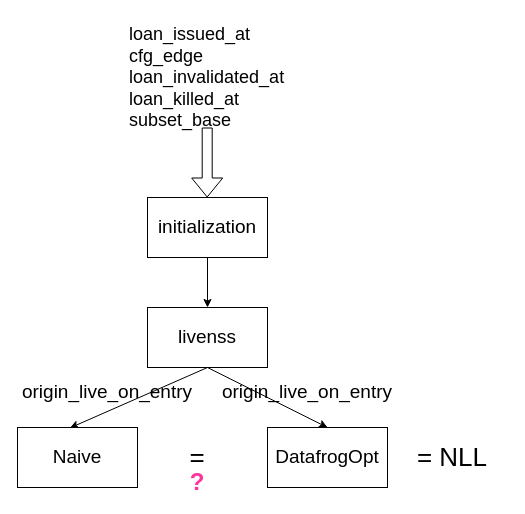
Above: polonius/presentation/liveness.drawio in lengyijun/rust-notes (draw.io), before the change. Source tidied: cells renumbered, new cells numbered last; positions are measured from the earlier drawing's top-left corner, leaving out a move shared by most shapes. Both pictures are drawn from the tidied source at 100%, with x=0, y=0 at pixel (17, 17).
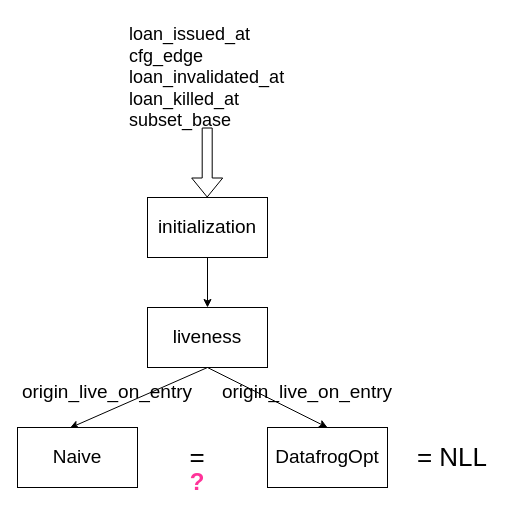
Above is the later version.

Diff of the diagram source:
```diff
@@
 <mxGraphModel>
   <root>
     <mxCell id="0" />
     <mxCell id="1" parent="0" />
     <mxCell id="2" style="edgeStyle=none;rounded=0;jettySize=auto;html=1;exitX=0.5;exitY=1;exitDx=0;exitDy=0;entryX=0.5;entryY=0;entryDx=0;entryDy=0;fontSize=19;" parent="1" edge="1" source="3" target="6">
       <mxGeometry relative="1" as="geometry" />
     </mxCell>
     <mxCell id="3" style="rounded=0;whiteSpace=wrap;html=1;" parent="1" vertex="1">
       <mxGeometry x="130" y="180" width="120" height="60" as="geometry" />
     </mxCell>
     <mxCell id="4" value="initialization" style="text;html=1;strokeColor=none;fillColor=none;align=center;verticalAlign=middle;whiteSpace=wrap;rounded=0;fontSize=19;" parent="1" vertex="1">
       <mxGeometry x="145" y="192.5" width="90" height="35" as="geometry" />
     </mxCell>
     <mxCell id="5" style="edgeStyle=none;rounded=0;jettySize=auto;html=1;exitX=0.5;exitY=1;exitDx=0;exitDy=0;entryX=0.5;entryY=0;entryDx=0;entryDy=0;fontSize=19;" parent="1" edge="1" source="6" target="10">
       <mxGeometry relative="1" as="geometry" />
     </mxCell>
     <mxCell id="6" style="rounded=0;whiteSpace=wrap;html=1;fontSize=19;" parent="1" vertex="1">
       <mxGeometry x="130" y="290" width="120" height="60" as="geometry" />
     </mxCell>
     <mxCell id="7" style="edgeStyle=none;rounded=0;jettySize=auto;html=1;entryX=0.437;entryY=0.007;entryDx=0;entryDy=0;entryPerimeter=0;fontSize=19;exitX=0.5;exitY=1;exitDx=0;exitDy=0;" parent="1" edge="1" source="6" target="9">
       <mxGeometry relative="1" as="geometry" />
     </mxCell>
-    <mxCell id="8" value="livenss" style="text;html=1;strokeColor=none;fillColor=none;align=center;verticalAlign=middle;whiteSpace=wrap;rounded=0;fontSize=19;" parent="1" vertex="1">
+    <mxCell id="8" value="liveness" style="text;html=1;strokeColor=none;fillColor=none;align=center;verticalAlign=middle;whiteSpace=wrap;rounded=0;fontSize=19;" parent="1" vertex="1">
       <mxGeometry x="160" y="305" width="60" height="30" as="geometry" />
     </mxCell>
     <mxCell id="9" value="Naive" style="rounded=0;whiteSpace=wrap;html=1;fontSize=19;" parent="1" vertex="1">
       <mxGeometry y="410" width="120" height="60" as="geometry" />
     </mxCell>
     <mxCell id="10" value="DatafrogOpt" style="rounded=0;whiteSpace=wrap;html=1;fontSize=19;" parent="1" vertex="1">
       <mxGeometry x="250" y="410" width="120" height="60" as="geometry" />
     </mxCell>
     <mxCell id="11" value="origin_live_on_entry" style="text;html=1;strokeColor=none;fillColor=none;align=center;verticalAlign=middle;whiteSpace=wrap;rounded=0;fontSize=19;" parent="1" vertex="1">
       <mxGeometry x="60" y="360" width="60" height="30" as="geometry" />
     </mxCell>
     <mxCell id="12" value="origin_live_on_entry" style="text;html=1;strokeColor=none;fillColor=none;align=center;verticalAlign=middle;whiteSpace=wrap;rounded=0;fontSize=19;" parent="1" vertex="1">
       <mxGeometry x="260" y="360" width="60" height="30" as="geometry" />
     </mxCell>
     <mxCell id="13" value="loan_issued_at&lt;br&gt;cfg_edge&lt;br&gt;loan_invalidated_at&amp;nbsp;&lt;br&gt;loan_killed_at&lt;br&gt;subset_base" style="text;whiteSpace=wrap;html=1;fontSize=18;" parent="1" vertex="1">
       <mxGeometry x="110" width="230" height="120" as="geometry" />
     </mxCell>
     <mxCell id="14" style="shape=flexArrow;endArrow=classic;html=1;rounded=0;fontSize=18;edgeStyle=orthogonalEdgeStyle;" parent="1" edge="1">
       <mxGeometry relative="1" as="geometry">
         <mxPoint x="189.7" y="110" as="sourcePoint" />
         <mxPoint x="189.7" y="180" as="targetPoint" />
       </mxGeometry>
     </mxCell>
     <mxCell id="15" value="=" style="text;html=1;strokeColor=none;fillColor=none;align=center;verticalAlign=middle;whiteSpace=wrap;rounded=0;fontSize=26;" parent="1" vertex="1">
       <mxGeometry x="150" y="425" width="60" height="30" as="geometry" />
     </mxCell>
     <mxCell id="16" value="= NLL" style="text;html=1;strokeColor=none;fillColor=none;align=center;verticalAlign=middle;whiteSpace=wrap;rounded=0;fontSize=26;" parent="1" vertex="1">
       <mxGeometry x="380" y="425" width="110" height="30" as="geometry" />
     </mxCell>
     <mxCell id="17" value="?" style="text;html=1;strokeColor=none;fillColor=none;align=center;verticalAlign=middle;whiteSpace=wrap;rounded=0;fontSize=24;fontStyle=1;fontColor=#FF3399;" parent="1" vertex="1">
       <mxGeometry x="150" y="450" width="60" height="30" as="geometry" />
     </mxCell>
   </root>
 </mxGraphModel>
```
